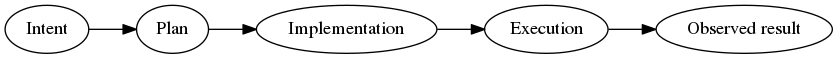
The Graphviz diagram doc/progProcess.png in mgajda/pyresumptions, before a commit. Its source is kept beside it as doc/progProcess.dot. The source it was exported from:
```dot
digraph "Programming process in detail" {
  rankdir=LR;

	"Intent" -> "Plan" -> "Implementation" -> "Execution" -> "Observed result";
}
```
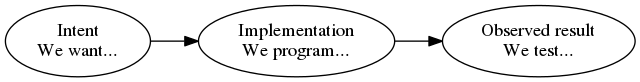
After the commit.

Change to the diagram source:
```diff
@@ -1,5 +1,5 @@
 digraph "Programming process in detail" {
   rankdir=LR;
 
-	"Intent" -> "Plan" -> "Implementation" -> "Execution" -> "Observed result";
+	"Intent\nWe want..." -> "Implementation\nWe program..." -> "Observed result\nWe test...";
 }
```
